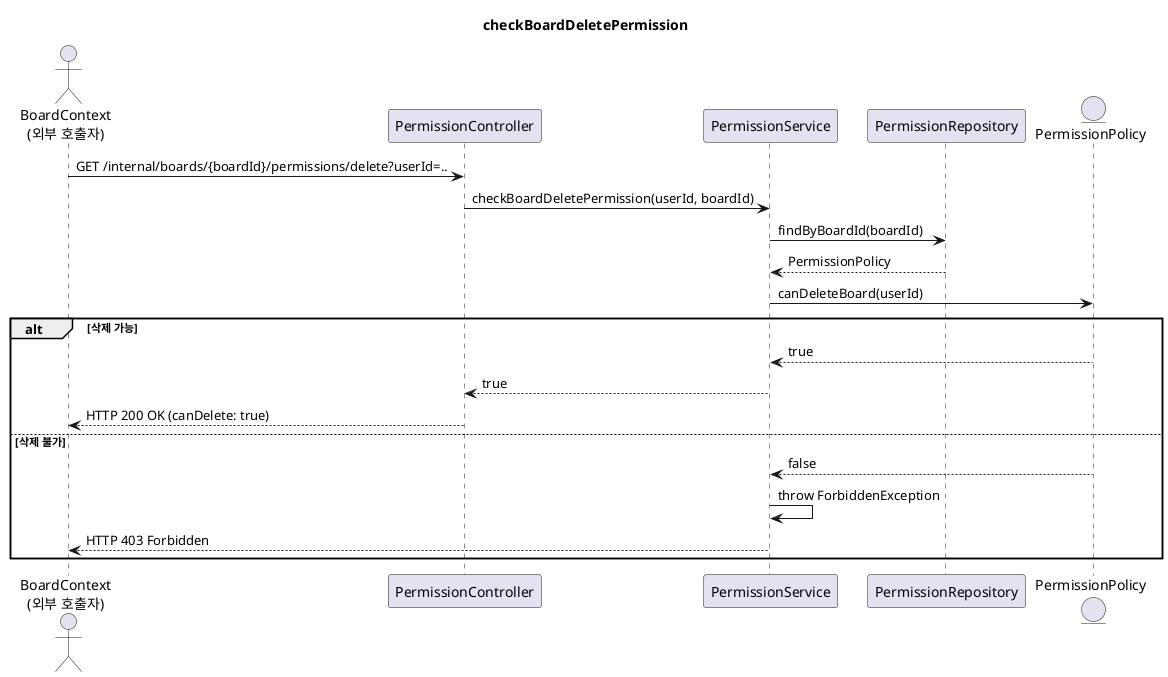
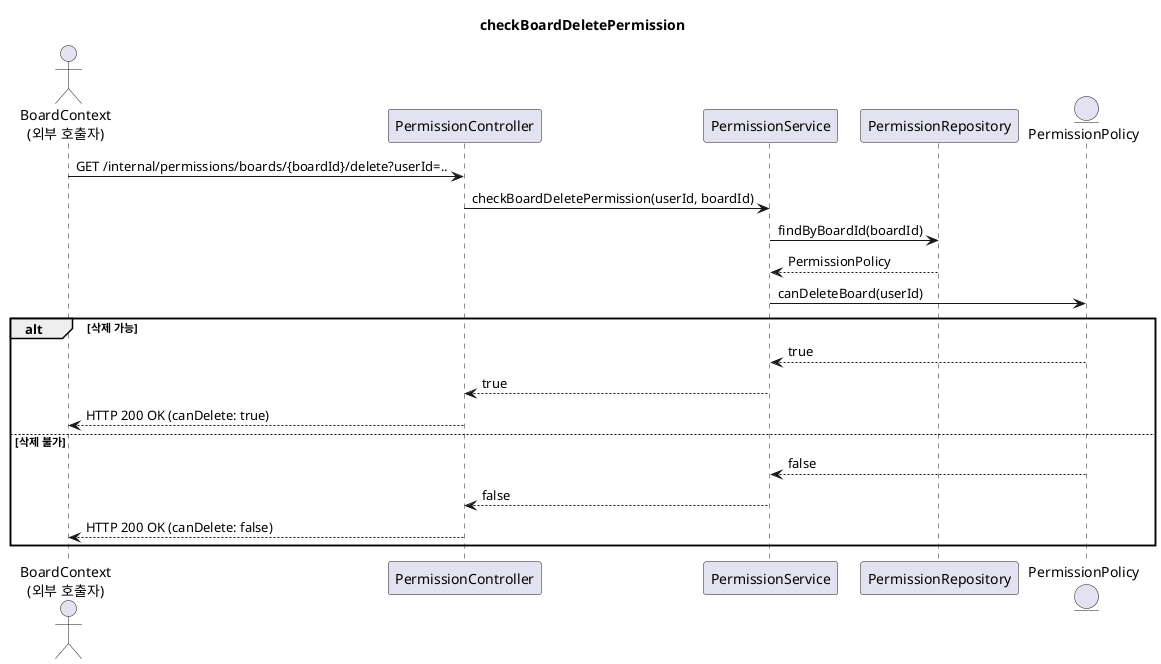
@startuml
title checkBoardDeletePermission

actor BoardContext as "BoardContext\n(외부 호출자)"
participant PermissionController
participant PermissionService
participant PermissionRepository
entity PermissionPolicy

- BoardContext -> PermissionController : GET /internal/boards/{boardId}/permissions/delete?userId=..
+ BoardContext -> PermissionController : GET /internal/permissions/boards/{boardId}/delete?userId=..
PermissionController -> PermissionService : checkBoardDeletePermission(userId, boardId)

PermissionService -> PermissionRepository : findByBoardId(boardId)
PermissionRepository --> PermissionService : PermissionPolicy

PermissionService -> PermissionPolicy : canDeleteBoard(userId)

alt 삭제 가능
  PermissionPolicy --> PermissionService : true
  PermissionService --> PermissionController : true
  PermissionController --> BoardContext : HTTP 200 OK (canDelete: true)
else 삭제 불가
  PermissionPolicy --> PermissionService : false
-   PermissionService -> PermissionService : throw ForbiddenException
-   PermissionService --> BoardContext : HTTP 403 Forbidden
+   PermissionService --> PermissionController : false
+   PermissionController --> BoardContext : HTTP 200 OK (canDelete: false)
end
@enduml